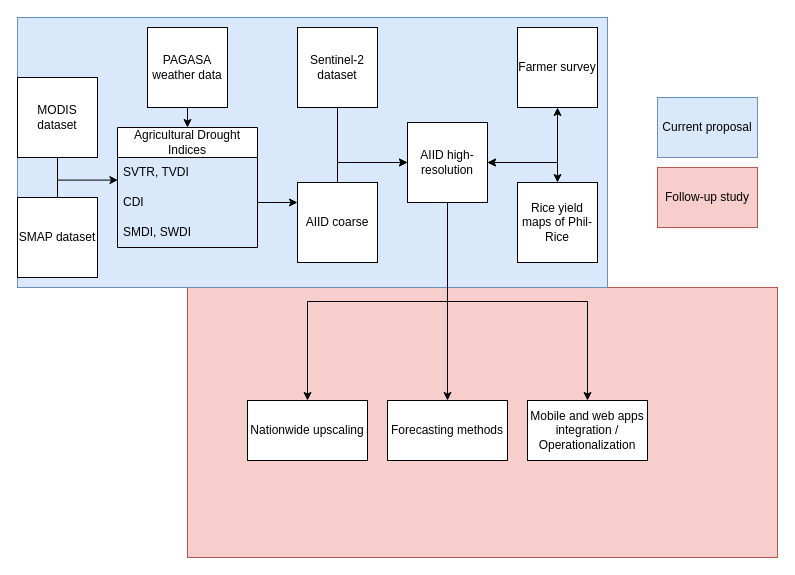
arnanaraza/diagrams keeps this draw.io diagram as sfrt.drawio. Above is the earlier version. Source tidied: cells renumbered, new cells numbered last; positions are measured from the earlier drawing's top-left corner, leaving out a move shared by most shapes. Both pictures are drawn from the tidied source at 100%, with x=0, y=0 at pixel (17, 17).
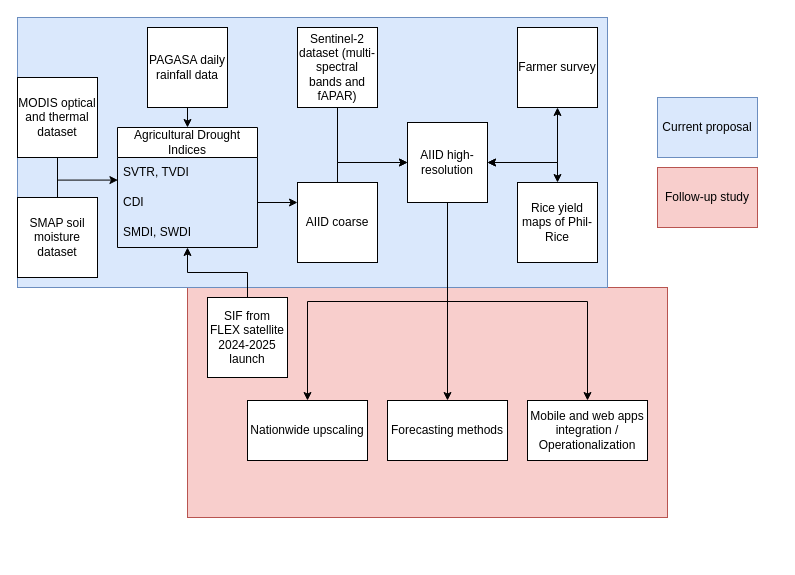
The same page after the edit.

Unchanged cells that the change refers to:
```xml
<mxCell id="7" value="SMDI, SWDI" style="text;strokeColor=none;fillColor=none;align=left;verticalAlign=middle;spacingLeft=4;spacingRight=4;overflow=hidden;points=[[0,0.5],[1,0.5]];portConstraint=eastwest;whiteSpace=wrap;html=1;" parent="4" vertex="1">
  <mxGeometry y="90" width="140" height="30" as="geometry" />
</mxCell>
```

Change to the diagram source:
```diff
@@
     <mxCell id="2" style="rounded=0;whiteSpace=wrap;html=1;fillColor=#f8cecc;strokeColor=#b85450;" parent="1" vertex="1">
-      <mxGeometry x="170" y="270" width="590" height="270" as="geometry" />
+      <mxGeometry x="170" y="270" width="480" height="230" as="geometry" />
     </mxCell>
@@
-    <mxCell id="11" value="Sentinel-2 dataset" style="whiteSpace=wrap;html=1;" parent="1" vertex="1">
+    <mxCell id="11" value="Sentinel-2 dataset (multi-spectral bands and fAPAR)" style="whiteSpace=wrap;html=1;" parent="1" vertex="1">
       <mxGeometry x="280" y="10" width="80" height="80" as="geometry" />
     </mxCell>
@@
-    <mxCell id="13" value="PAGASA weather data" style="whiteSpace=wrap;html=1;" parent="1" vertex="1">
+    <mxCell id="13" value="PAGASA daily rainfall data" style="whiteSpace=wrap;html=1;" parent="1" vertex="1">
       <mxGeometry x="130" y="10" width="80" height="80" as="geometry" />
     </mxCell>
-    <mxCell id="14" value="MODIS dataset" style="whiteSpace=wrap;html=1;" parent="1" vertex="1">
+    <mxCell id="14" value="MODIS optical and thermal dataset" style="whiteSpace=wrap;html=1;" parent="1" vertex="1">
       <mxGeometry y="60" width="80" height="80" as="geometry" />
     </mxCell>
@@
-    <mxCell id="16" value="SMAP dataset" style="whiteSpace=wrap;html=1;" parent="1" vertex="1">
+    <mxCell id="16" value="SMAP soil moisture dataset" style="whiteSpace=wrap;html=1;" parent="1" vertex="1">
       <mxGeometry y="180" width="80" height="80" as="geometry" />
     </mxCell>
@@
+    <mxCell id="32" value="SIF from FLEX satellite 2024-2025 launch" style="whiteSpace=wrap;html=1;" parent="1" vertex="1">
+      <mxGeometry x="190" y="280" width="80" height="80" as="geometry" />
+    </mxCell>
+    <mxCell id="33" style="edgeStyle=orthogonalEdgeStyle;rounded=0;jettySize=auto;html=1;exitX=0.5;exitY=0;exitDx=0;exitDy=0;entryX=0.5;entryY=1;entryDx=0;entryDy=0;entryPerimeter=0;" parent="1" edge="1" source="32" target="7">
+      <mxGeometry relative="1" as="geometry" />
+    </mxCell>
```
